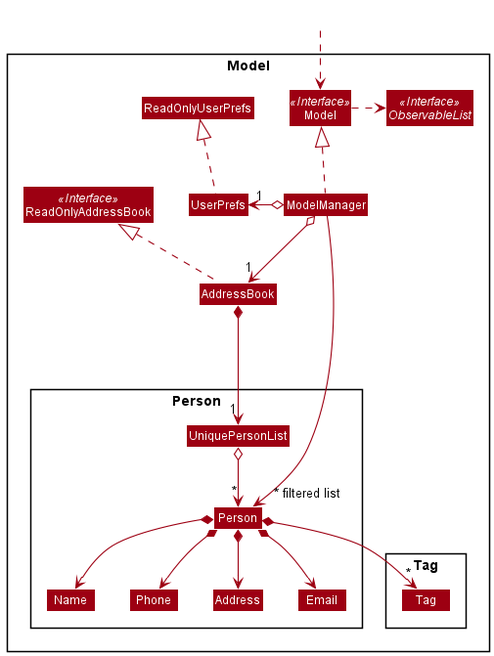
The PlantUML diagram docs/images/ModelClassDiagram.png in nus-cs2103-AY2021S2/tp, before a commit.
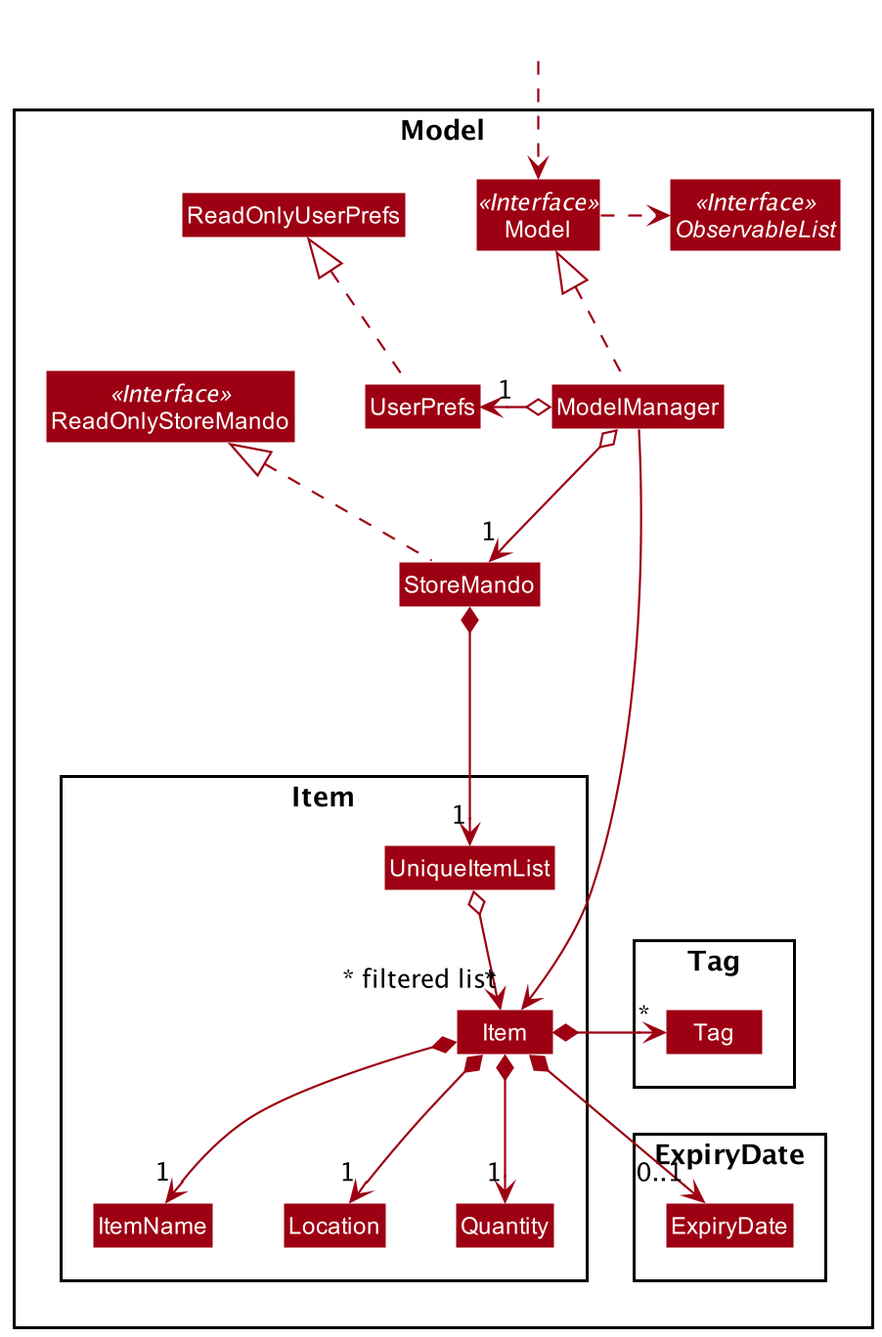
After the commit.

Commit message:
Update delete sequence and model class diagrams

What changed in the source:
```diff
@@ -5,23 +5,26 @@
 skinparam classBackgroundColor MODEL_COLOR
 
 Package Model <<Rectangle>>{
-Interface ReadOnlyAddressBook <<Interface>>
+Interface ReadOnlyStoreMando <<Interface>>
 Interface Model <<Interface>>
 Interface ObservableList <<Interface>>
-Class AddressBook
-Class ReadOnlyAddressBook
+Class StoreMando
+Class ReadOnlyStoreMando
 Class Model
 Class ModelManager
 Class UserPrefs
 Class ReadOnlyUserPrefs
 
-Package Person {
-Class Person
-Class Address
-Class Email
-Class Name
-Class Phone
-Class UniquePersonList
+Package Item {
+Class Item
+Class ItemName
+Class Location
+Class Quantity
+Class UniqueItemList
+}
+
+Package ExpiryDate {
+Class ExpiryDate
 }
 
 Package Tag {
@@ -32,25 +35,25 @@
 Class HiddenOutside #FFFFFF
 HiddenOutside ..> Model
 
-AddressBook .up.|> ReadOnlyAddressBook
+StoreMando .up.|> ReadOnlyStoreMando
 
 ModelManager .up.|> Model
 Model .right.> ObservableList
-ModelManager o--> "1" AddressBook
+ModelManager o--> "1" StoreMando
 ModelManager o-left-> "1" UserPrefs
 UserPrefs .up.|> ReadOnlyUserPrefs
 
-AddressBook *--> "1" UniquePersonList
-UniquePersonList o--> "*" Person
-Person *--> Name
-Person *--> Phone
-Person *--> Email
-Person *--> Address
-Person *--> "*" Tag
+StoreMando *--> "1" UniqueItemList
+UniqueItemList o--> "*" Item
+Item *--> "1"ItemName
+Item *--> "1"Quantity
+Item *--> "1"Location
+Item *-right-> "0..1"ExpiryDate
+Item *-right-> "*" Tag
 
-Name -[hidden]right-> Phone
-Phone -[hidden]right-> Address
-Address -[hidden]right-> Email
+ItemName -[hidden]right-> ExpiryDate
+ExpiryDate -[hidden]right-> Location
+Location -[hidden]right-> Quantity
 
-ModelManager ----->" ~* filtered list" Person
+ModelManager ----->" ~* filtered list" Item
 @enduml
```
